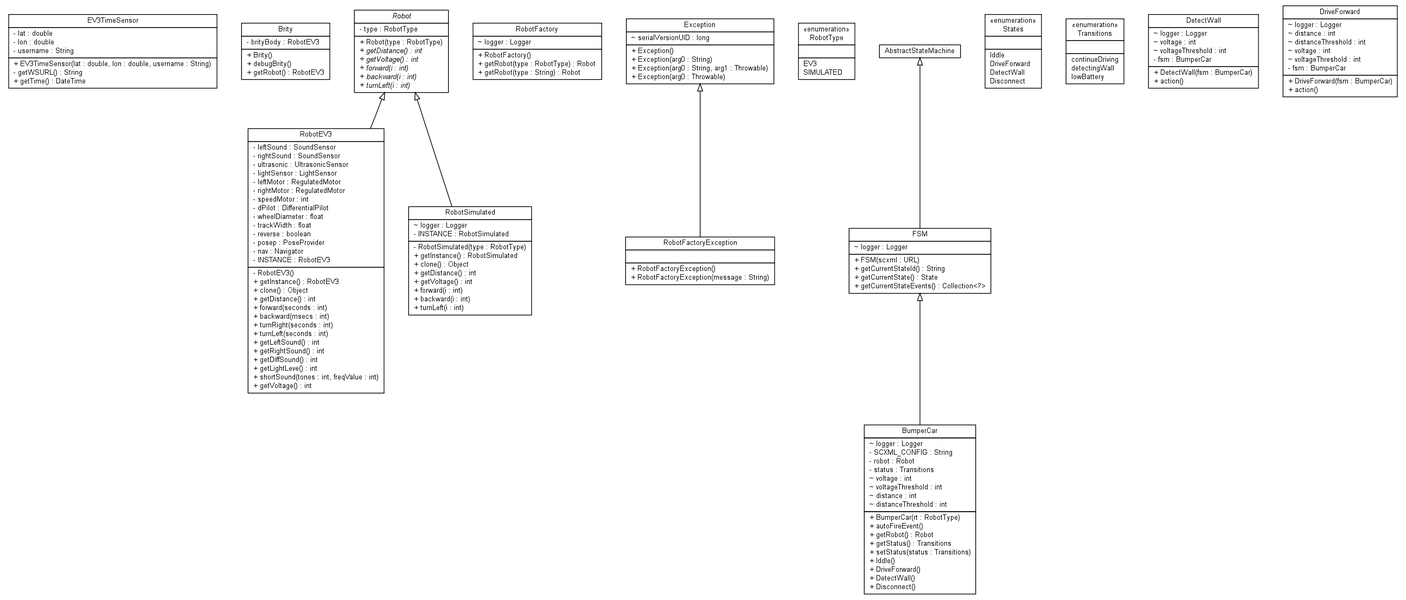
Before: docs/uml/graph.png, a diagram exported from Graphviz (jabrena/liverobots). Its source is kept beside it as docs/uml/graph.dot.
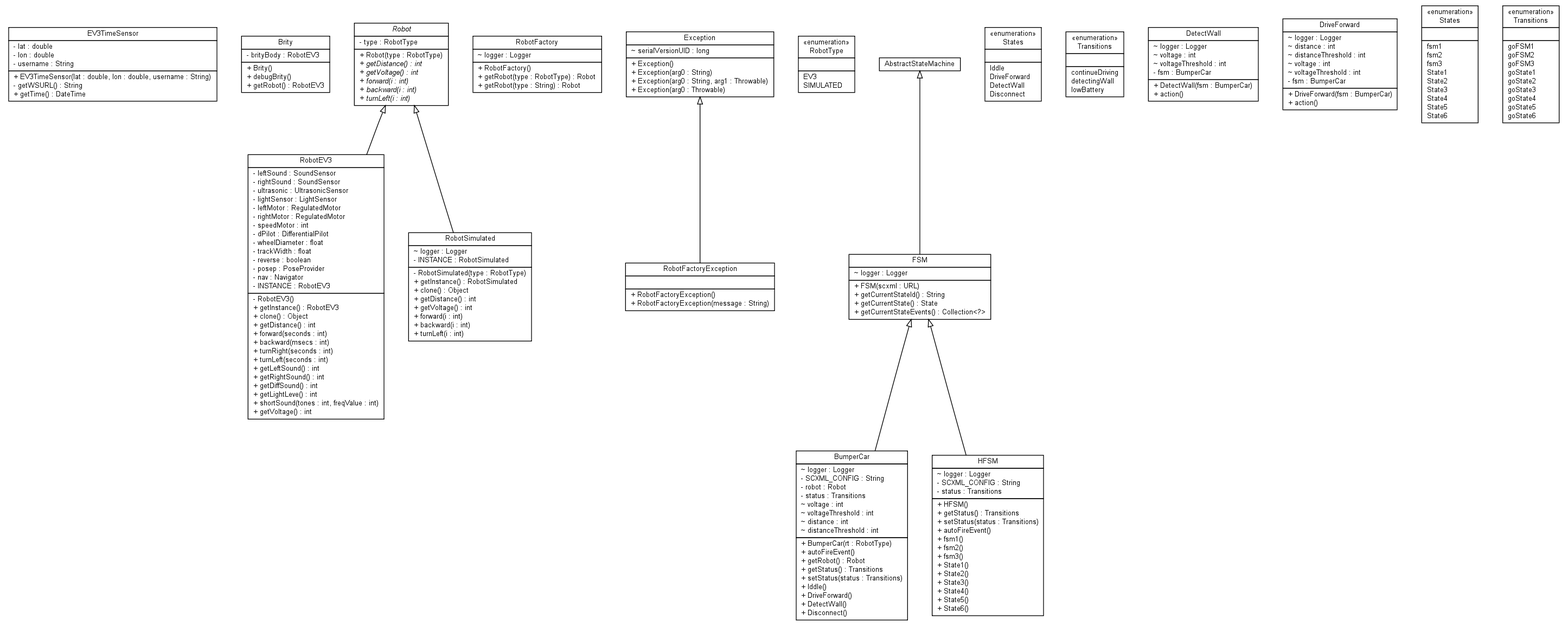
After the commit.

Change to the diagram source:
```diff
@@ -243,12 +243,78 @@
 <tr><td align="left" balign="left"> + action() </td></tr>
 		</table></td></tr>
 		</table>>, URL="null", fontname="Helvetica", fontcolor="black", fontsize=10.0];
+	c14 [label=<<table title="jab.lejos.liverobots.hfsm.HFSM" border="0" cellborder="1" cellspacing="0" cellpadding="2" port="p">
+		<tr><td><table border="0" cellspacing="0" cellpadding="1">
+<tr><td align="center" balign="center"> HFSM </td></tr>
+		</table></td></tr>
+		<tr><td><table border="0" cellspacing="0" cellpadding="1">
+<tr><td align="left" balign="left"> ~ logger : Logger </td></tr>
+<tr><td align="left" balign="left"> - SCXML_CONFIG : String </td></tr>
+<tr><td align="left" balign="left"> - status : Transitions </td></tr>
+		</table></td></tr>
+		<tr><td><table border="0" cellspacing="0" cellpadding="1">
+<tr><td align="left" balign="left"> + HFSM() </td></tr>
+<tr><td align="left" balign="left"> + getStatus() : Transitions </td></tr>
+<tr><td align="left" balign="left"> + setStatus(status : Transitions) </td></tr>
+<tr><td align="left" balign="left"> + autoFireEvent() </td></tr>
+<tr><td align="left" balign="left"> + fsm1() </td></tr>
+<tr><td align="left" balign="left"> + fsm2() </td></tr>
+<tr><td align="left" balign="left"> + fsm3() </td></tr>
+<tr><td align="left" balign="left"> + State1() </td></tr>
+<tr><td align="left" balign="left"> + State2() </td></tr>
+<tr><td align="left" balign="left"> + State3() </td></tr>
+<tr><td align="left" balign="left"> + State4() </td></tr>
+<tr><td align="left" balign="left"> + State5() </td></tr>
+<tr><td align="left" balign="left"> + State6() </td></tr>
+		</table></td></tr>
+		</table>>, URL="null", fontname="Helvetica", fontcolor="black", fontsize=10.0];
+	c15 [label=<<table title="jab.lejos.liverobots.hfsm.States" border="0" cellborder="1" cellspacing="0" cellpadding="2" port="p">
+		<tr><td><table border="0" cellspacing="0" cellpadding="1">
+<tr><td align="center" balign="center"> &#171;enumeration&#187; </td></tr>
+<tr><td align="center" balign="center"> States </td></tr>
+		</table></td></tr>
+		<tr><td><table border="0" cellspacing="0" cellpadding="1">
+<tr><td align="left" balign="left">  </td></tr>
+		</table></td></tr>
+		<tr><td><table border="0" cellspacing="0" cellpadding="1">
+<tr><td align="left" balign="left"> fsm1 </td></tr>
+<tr><td align="left" balign="left"> fsm2 </td></tr>
+<tr><td align="left" balign="left"> fsm3 </td></tr>
+<tr><td align="left" balign="left"> State1 </td></tr>
+<tr><td align="left" balign="left"> State2 </td></tr>
+<tr><td align="left" balign="left"> State3 </td></tr>
+<tr><td align="left" balign="left"> State4 </td></tr>
+<tr><td align="left" balign="left"> State5 </td></tr>
+<tr><td align="left" balign="left"> State6 </td></tr>
+		</table></td></tr>
+		</table>>, URL="null", fontname="Helvetica", fontcolor="black", fontsize=10.0];
+	c16 [label=<<table title="jab.lejos.liverobots.hfsm.Transitions" border="0" cellborder="1" cellspacing="0" cellpadding="2" port="p">
+		<tr><td><table border="0" cellspacing="0" cellpadding="1">
+<tr><td align="center" balign="center"> &#171;enumeration&#187; </td></tr>
+<tr><td align="center" balign="center"> Transitions </td></tr>
+		</table></td></tr>
+		<tr><td><table border="0" cellspacing="0" cellpadding="1">
+<tr><td align="left" balign="left">  </td></tr>
+		</table></td></tr>
+		<tr><td><table border="0" cellspacing="0" cellpadding="1">
+<tr><td align="left" balign="left"> goFSM1 </td></tr>
+<tr><td align="left" balign="left"> goFSM2 </td></tr>
+<tr><td align="left" balign="left"> goFSM3 </td></tr>
+<tr><td align="left" balign="left"> goState1 </td></tr>
+<tr><td align="left" balign="left"> goState2 </td></tr>
+<tr><td align="left" balign="left"> goState3 </td></tr>
+<tr><td align="left" balign="left"> goState4 </td></tr>
+<tr><td align="left" balign="left"> goState5 </td></tr>
+<tr><td align="left" balign="left"> goState6 </td></tr>
+		</table></td></tr>
+		</table>>, URL="null", fontname="Helvetica", fontcolor="black", fontsize=10.0];
 	c2:p -> c3:p [dir=back,arrowtail=empty];
-	c14:p -> c5:p [dir=back,arrowtail=empty];
+	c17:p -> c5:p [dir=back,arrowtail=empty];
 	c2:p -> c6:p [dir=back,arrowtail=empty];
-	c15:p -> c8:p [dir=back,arrowtail=empty];
+	c18:p -> c8:p [dir=back,arrowtail=empty];
 	c8:p -> c9:p [dir=back,arrowtail=empty];
-	c14 [label=<<table title="java.lang.Exception" border="0" cellborder="1" cellspacing="0" cellpadding="2" port="p" href="http://java.sun.com/j2se/1.4.2/docs/api/java/lang/Exception.html">
+	c8:p -> c14:p [dir=back,arrowtail=empty];
+	c17 [label=<<table title="java.lang.Exception" border="0" cellborder="1" cellspacing="0" cellpadding="2" port="p" href="http://java.sun.com/j2se/1.4.2/docs/api/java/lang/Exception.html">
 		<tr><td><table border="0" cellspacing="0" cellpadding="1">
 <tr><td align="center" balign="center"> Exception </td></tr>
 		</table></td></tr>
@@ -262,7 +328,7 @@
 <tr><td align="left" balign="left"> + Exception(arg0 : Throwable) </td></tr>
 		</table></td></tr>
 		</table>>, URL="http://java.sun.com/j2se/1.4.2/docs/api/java/lang/Exception.html", fontname="Helvetica", fontcolor="black", fontsize=10.0];
-	c15[label=<<table title="AbstractStateMachine" border="0" cellborder="1" cellspacing="0" cellpadding="2" port="p" href="http://java.sun.com/j2se/1.4.2/docs/api//AbstractStateMachine.html">
+	c18[label=<<table title="AbstractStateMachine" border="0" cellborder="1" cellspacing="0" cellpadding="2" port="p" href="http://java.sun.com/j2se/1.4.2/docs/api//AbstractStateMachine.html">
 		<tr><td><table border="0" cellspacing="0" cellpadding="1">
 <tr><td align="center" balign="center"> AbstractStateMachine </td></tr>
 		</table></td></tr>
```
